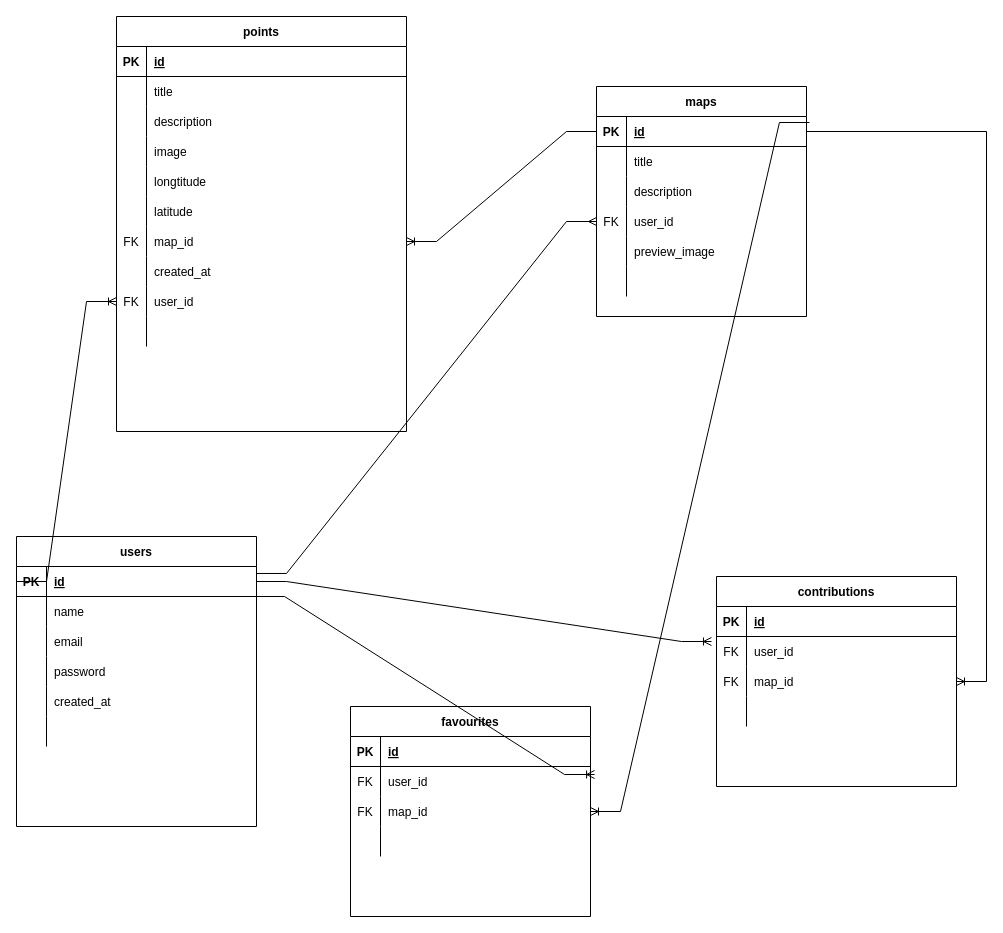
Above: docs/ERD wikimaps.drawio in KewlKewlKewl/bestwikimaps (draw.io), before the change. Source tidied: cells renumbered, new cells numbered last; positions are measured from the earlier drawing's top-left corner, leaving out a move shared by most shapes. Both pictures are drawn from the tidied source at 100%, with x=0, y=0 at pixel (16, 16).
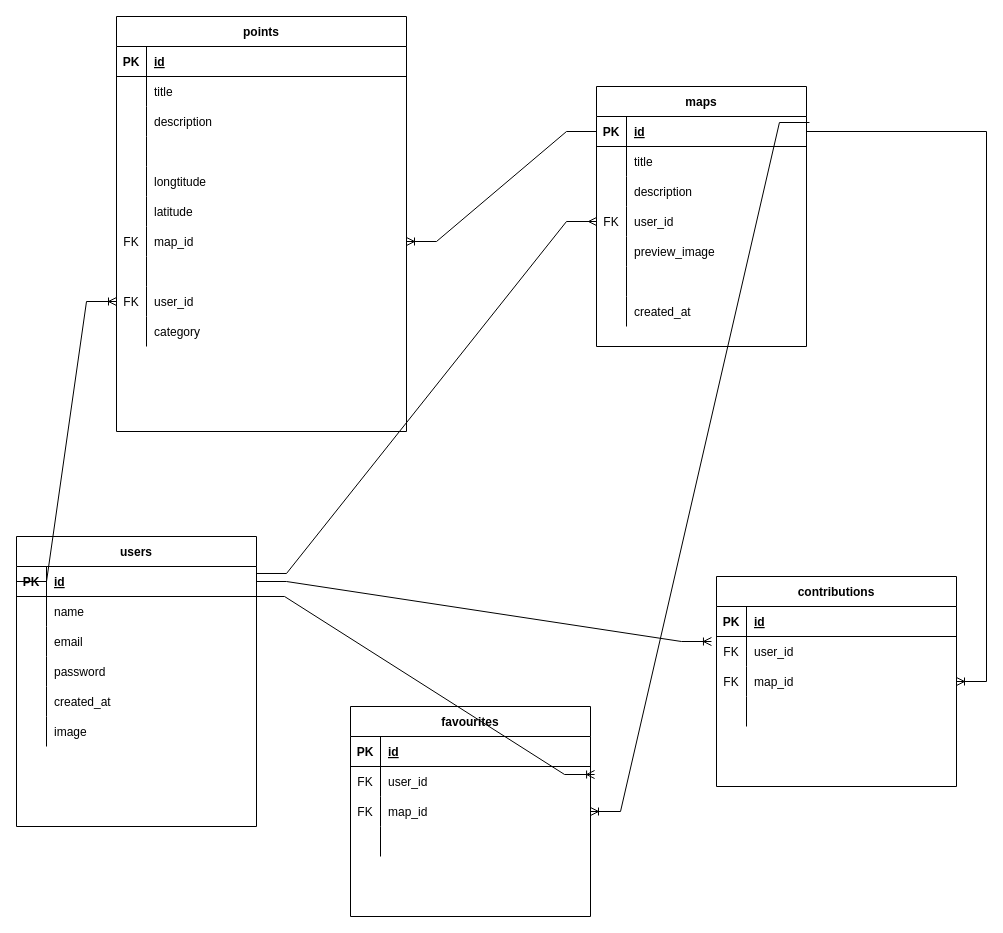
Above is the later version.

Unchanged cells that the change refers to:
```xml
<mxCell id="18" style="shape=partialRectangle;fillColor=none;top=0;left=0;bottom=0;right=0;" parent="2" vertex="1">
  <mxGeometry y="180" width="240" height="30" as="geometry" />
</mxCell>
<mxCell id="63" style="shape=partialRectangle;fillColor=none;top=0;left=0;bottom=0;right=0;" parent="53" vertex="1">
  <mxGeometry y="120" width="290" height="30" as="geometry" />
</mxCell>
<mxCell id="75" style="shape=partialRectangle;fillColor=none;top=0;left=0;bottom=0;right=0;" parent="53" vertex="1">
  <mxGeometry y="240" width="290" height="30" as="geometry" />
</mxCell>
<mxCell id="81" style="shape=partialRectangle;fillColor=none;top=0;left=0;bottom=0;right=0;" parent="53" vertex="1">
  <mxGeometry y="300" width="290" height="30" as="geometry" />
</mxCell>
```

Change to the diagram source:
```diff
@@
-    <mxCell id="20" style="shape=partialRectangle;fillColor=none;top=0;left=0;bottom=0;right=0;align=left;spacingLeft=6;overflow=hidden;" parent="18" vertex="1">
+    <mxCell id="20" value="image" style="shape=partialRectangle;fillColor=none;top=0;left=0;bottom=0;right=0;align=left;spacingLeft=6;overflow=hidden;" parent="18" vertex="1">
       <mxGeometry x="30" width="210" height="30" as="geometry" />
     </mxCell>
     <mxCell id="21" value="maps" style="shape=table;startSize=30;childLayout=tableLayout;rowLines=0;fontStyle=1;align=center;" parent="1" vertex="1">
-      <mxGeometry x="580" y="70" width="210" height="230" as="geometry" />
+      <mxGeometry x="580" y="70" width="210" height="260" as="geometry" />
     </mxCell>
@@
+    <mxCell id="104" style="shape=partialRectangle;fillColor=none;top=0;left=0;bottom=0;right=0;" parent="21" vertex="1">
+      <mxGeometry y="210" width="210" height="30" as="geometry" />
+    </mxCell>
+    <mxCell id="105" style="shape=partialRectangle;fillColor=none;top=0;left=0;bottom=0;right=0;overflow=hidden;" parent="104" vertex="1">
+      <mxGeometry width="30" height="30" as="geometry" />
+    </mxCell>
+    <mxCell id="106" value="created_at" style="shape=partialRectangle;fillColor=none;top=0;left=0;bottom=0;right=0;align=left;spacingLeft=6;overflow=hidden;" parent="104" vertex="1">
+      <mxGeometry x="30" width="180" height="30" as="geometry" />
+    </mxCell>
@@
-    <mxCell id="65" value="image" style="shape=partialRectangle;fillColor=none;top=0;left=0;bottom=0;right=0;align=left;spacingLeft=6;overflow=hidden;" parent="63" vertex="1">
+    <mxCell id="65" style="shape=partialRectangle;fillColor=none;top=0;left=0;bottom=0;right=0;align=left;spacingLeft=6;overflow=hidden;" parent="63" vertex="1">
       <mxGeometry x="30" width="260" height="30" as="geometry" />
     </mxCell>
@@
-    <mxCell id="77" value="created_at " style="shape=partialRectangle;fillColor=none;top=0;left=0;bottom=0;right=0;align=left;spacingLeft=6;overflow=hidden;" parent="75" vertex="1">
+    <mxCell id="77" style="shape=partialRectangle;fillColor=none;top=0;left=0;bottom=0;right=0;align=left;spacingLeft=6;overflow=hidden;" parent="75" vertex="1">
       <mxGeometry x="30" width="260" height="30" as="geometry" />
     </mxCell>
@@
-    <mxCell id="83" style="shape=partialRectangle;fillColor=none;top=0;left=0;bottom=0;right=0;align=left;spacingLeft=6;overflow=hidden;" parent="81" vertex="1">
+    <mxCell id="83" value="category" style="shape=partialRectangle;fillColor=none;top=0;left=0;bottom=0;right=0;align=left;spacingLeft=6;overflow=hidden;" parent="81" vertex="1">
       <mxGeometry x="30" width="260" height="30" as="geometry" />
     </mxCell>
```
